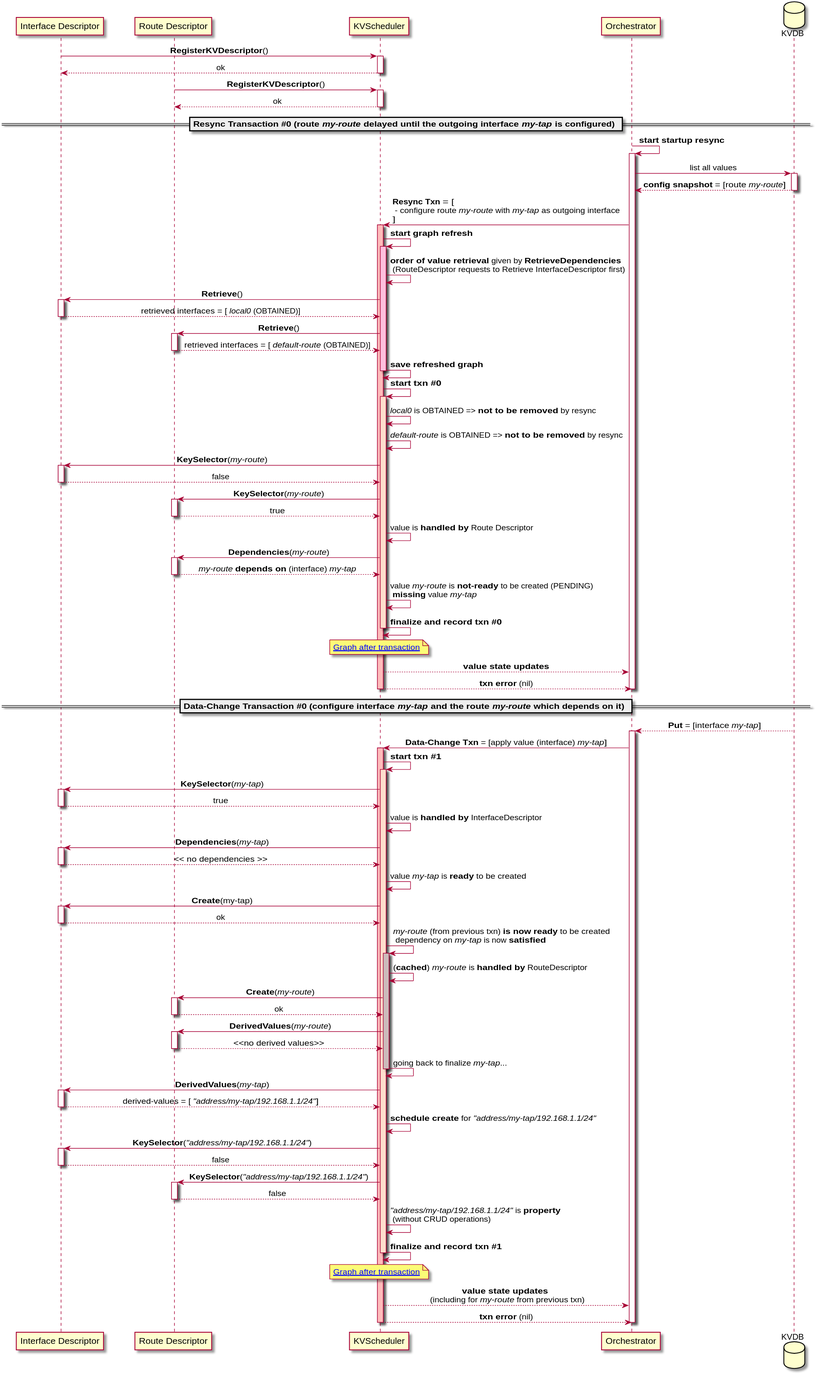
Earlier version of the PlantUML export docs/kvscheduler/cfd/uml/add_route_before_interface.svg (ligato/vpp-agent). Source of this version:
```plantuml
@startuml

skinparam ParticipantPadding 20
skinparam BoxPadding 10
skinparam SequenceMessageAlign center

participant ID as "Interface Descriptor"
participant RD as "Route Descriptor"
participant KVS as "KVScheduler"
participant ORCH as "Orchestrator"
database DB as "KVDB"

ID -> KVS: **RegisterKVDescriptor**()
activate KVS
KVS --> ID: ok
deactivate KVS
RD -> KVS: **RegisterKVDescriptor**()
activate KVS
KVS --> RD: ok
deactivate KVS

== Resync Transaction #0 (route //my-route// delayed until the outgoing interface //my-tap// is configured) ==

ORCH -> ORCH: **start startup resync**
activate ORCH
ORCH -> DB: list all values
activate DB
DB --> ORCH: **config snapshot** = [route //my-route//]
deactivate DB
ORCH -> KVS: **Resync Txn** = [\l - configure route //my-route// with //my-tap// as outgoing interface\l]
activate KVS  #FFBBBB

KVS -> KVS: **start graph refresh**
 activate KVS  #FFBFDD
  KVS -> KVS: **order of value retrieval** given by **RetrieveDependencies** \n (RouteDescriptor requests to Retrieve InterfaceDescriptor first)
  KVS -> ID: **Retrieve**()
   activate ID
    ID --> KVS: retrieved interfaces = [ //local0// (OBTAINED)]
   deactivate ID
  KVS -> RD: **Retrieve**()
   activate RD
    RD --> KVS: retrieved interfaces = [ //default-route// (OBTAINED)]
   deactivate RD
  KVS -> KVS: **save refreshed graph**
 deactivate KVS

KVS -> KVS: **start txn #0**
 activate KVS  #FFDDCC
  KVS -> KVS: //local0// is OBTAINED => **not to be removed** by resync
  KVS -> KVS: //default-route// is OBTAINED => **not to be removed** by resync
  KVS -> ID: **KeySelector**(//my-route//)
  activate ID
  ID --> KVS: false
  deactivate ID
  KVS -> RD: **KeySelector**(//my-route//)
  activate RD
  RD --> KVS: true
  deactivate RD
  KVS -> KVS: value is **handled by** Route Descriptor
  KVS -> RD: **Dependencies**(//my-route//)
   activate RD
    RD --> KVS: //my-route// **depends on** (interface) //my-tap//
   deactivate RD
  KVS -> KVS: value //my-route// is **not-ready** to be created (PENDING) \n **missing** value //my-tap//
  KVS -> KVS: **finalize and record txn #0**
 deactivate KVS

 note over KVS: [[https://raw.githubusercontent.com/milanlenco/vpp-agent/kvs-docs/docs/kvscheduler/cfd/graph/route_pending.svg?sanitize=true Graph after transaction]]

KVS --> ORCH: **value state updates**
KVS --> ORCH: **txn error** (nil)
deactivate KVS
deactivate ORCH

== Data-Change Transaction #0 (configure interface //my-tap// and the route //my-route// which depends on it) ==

DB --> ORCH: **Put** = [interface //my-tap//]
activate ORCH
ORCH -> KVS: **Data-Change Txn** = [apply value (interface) //my-tap//]
activate KVS  #FFBBBB

KVS -> KVS: **start txn #1**
 activate KVS  #FFDDCC
  KVS -> ID: **KeySelector**(//my-tap//)
  activate ID
  ID --> KVS: true
  deactivate ID
  KVS -> KVS: value is **handled by** InterfaceDescriptor
  KVS -> ID: **Dependencies**(//my-tap//)
   activate ID
    ID --> KVS: << no dependencies >>
   deactivate ID
  KVS -> KVS: value //my-tap// is **ready** to be created
  KVS -> ID: **Create**(my-tap)
   activate ID
    ID --> KVS: ok
   deactivate ID

  KVS -> KVS: //my-route// (from previous txn) **is now ready** to be created \n dependency on //my-tap// is now **satisfied**
   activate KVS #CCBBBB
    KVS -> KVS: (**cached**) //my-route// is **handled by** RouteDescriptor
    KVS -> RD: **Create**(//my-route//)
     activate RD
      RD --> KVS: ok
     deactivate RD
    KVS -> RD: **DerivedValues**(//my-route//)
     activate RD
      RD --> KVS: <<no derived values>>
     deactivate RD
   KVS -> KVS: going back to finalize //my-tap//...
   deactivate KVS

  KVS -> ID: **DerivedValues**(//my-tap//)
   activate ID
    ID --> KVS: derived-values = [ //"address/my-tap/192.168.1.1/24"//]
   deactivate ID
   KVS -> KVS: **schedule create** for //"address/my-tap/192.168.1.1/24"//
   KVS -> ID: **KeySelector**(//"address/my-tap/192.168.1.1/24"//)
   activate ID
    ID --> KVS: false
   deactivate ID
   KVS -> RD: **KeySelector**(//"address/my-tap/192.168.1.1/24"//)
   activate RD
    RD --> KVS: false
   deactivate RD
  KVS -> KVS: //"address/my-tap/192.168.1.1/24"// is **property** \n (without CRUD operations)

  KVS -> KVS: **finalize and record txn #1**
 deactivate KVS

 note over KVS: [[https://raw.githubusercontent.com/milanlenco/vpp-agent/kvs-docs/docs/kvscheduler/cfd/graph/route_created.svg?sanitize=true Graph after transaction]]

KVS --> ORCH: **value state updates** \n (including for //my-route// from previous txn)
KVS --> ORCH: **txn error** (nil)
deactivate KVS
deactivate ORCH

@enduml
```
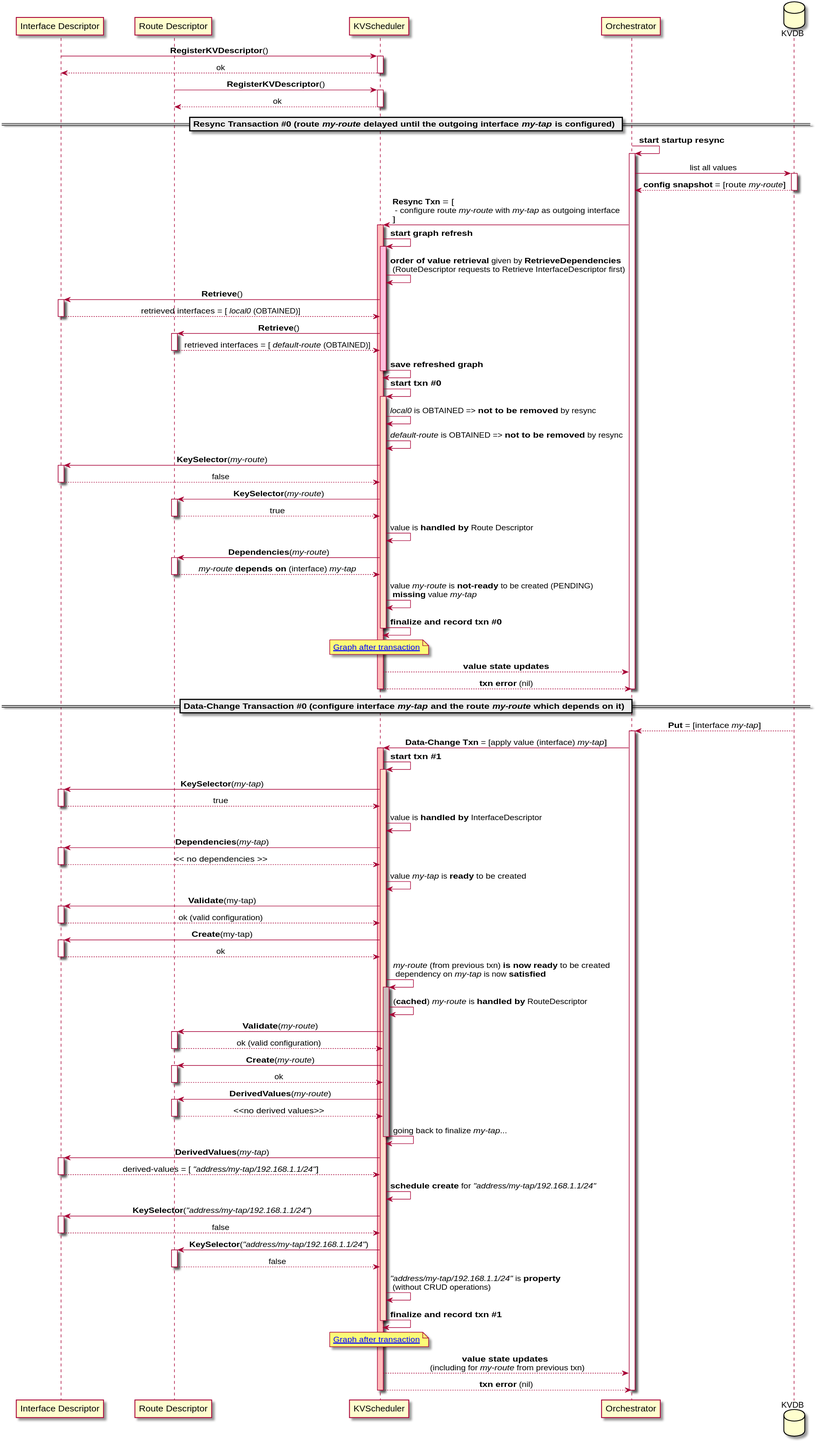
After the commit.

Change to the diagram source:
```diff
@@ -91,6 +91,10 @@
     ID --> KVS: << no dependencies >>
    deactivate ID
   KVS -> KVS: value //my-tap// is **ready** to be created
+  KVS -> ID: **Validate**(my-tap)
+   activate ID
+    ID --> KVS: ok (valid configuration)
+   deactivate ID
   KVS -> ID: **Create**(my-tap)
    activate ID
     ID --> KVS: ok
@@ -99,6 +103,10 @@
   KVS -> KVS: //my-route// (from previous txn) **is now ready** to be created \n dependency on //my-tap// is now **satisfied**
    activate KVS #CCBBBB
     KVS -> KVS: (**cached**) //my-route// is **handled by** RouteDescriptor
+    KVS -> RD: **Validate**(//my-route//)
+     activate RD
+      RD --> KVS: ok (valid configuration)
+     deactivate RD
     KVS -> RD: **Create**(//my-route//)
      activate RD
       RD --> KVS: ok
```
